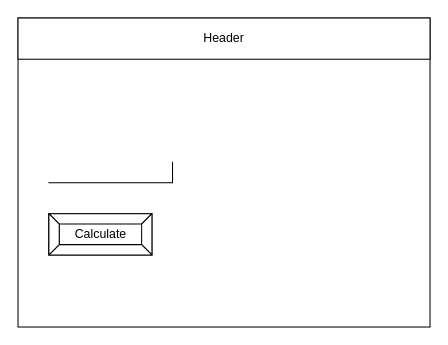
This is design/story-board.drawio from andre-deveau/ICS20-Assignment-4, a draw.io file, before an edit. Source tidied: cells renumbered, new cells numbered last; positions are measured from the earlier drawing's top-left corner, leaving out a move shared by most shapes. Both pictures are drawn from the tidied source at 103%, with x=0, y=0 at pixel (18, 18).
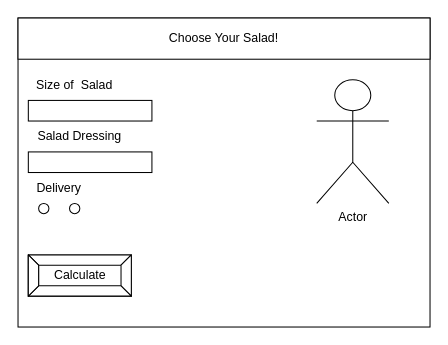
The same page after the edit.

Change to the diagram source:
```diff
@@
 <mxGraphModel>
   <root>
     <mxCell id="0" />
     <mxCell id="1" parent="0" />
     <mxCell id="2" style="rounded=0;whiteSpace=wrap;html=1;" parent="1" vertex="1">
       <mxGeometry width="400" height="300" as="geometry" />
     </mxCell>
-    <mxCell id="3" value="Header" style="rounded=0;whiteSpace=wrap;html=1;" parent="1" vertex="1">
+    <mxCell id="3" value="Choose Your Salad!" style="rounded=0;whiteSpace=wrap;html=1;" parent="1" vertex="1">
       <mxGeometry width="400" height="40" as="geometry" />
     </mxCell>
-    <mxCell id="4" style="shape=partialRectangle;whiteSpace=wrap;html=1;top=0;left=0;fillColor=none;" parent="1" vertex="1">
-      <mxGeometry x="30" y="140" width="120" height="20" as="geometry" />
-    </mxCell>
     <mxCell id="5" value="Calculate" style="labelPosition=center;verticalLabelPosition=middle;align=center;html=1;shape=mxgraph.basic.button;dx=10;" parent="1" vertex="1">
-      <mxGeometry x="30" y="190" width="100" height="40" as="geometry" />
+      <mxGeometry x="10" y="230" width="100" height="40" as="geometry" />
     </mxCell>
+    <mxCell id="6" style="rounded=0;whiteSpace=wrap;html=1;" parent="1" vertex="1">
+      <mxGeometry x="10" y="80" width="120" height="20" as="geometry" />
+    </mxCell>
+    <mxCell id="7" style="rounded=0;whiteSpace=wrap;html=1;" parent="1" vertex="1">
+      <mxGeometry x="10" y="130" width="120" height="20" as="geometry" />
+    </mxCell>
+    <mxCell id="8" value="Size of&amp;nbsp; Salad" style="text;html=1;strokeColor=none;fillColor=none;align=center;verticalAlign=middle;whiteSpace=wrap;rounded=0;" parent="1" vertex="1">
+      <mxGeometry x="10" y="50" width="90" height="30" as="geometry" />
+    </mxCell>
+    <mxCell id="9" value="Salad Dressing" style="text;html=1;strokeColor=none;fillColor=none;align=center;verticalAlign=middle;whiteSpace=wrap;rounded=0;" parent="1" vertex="1">
+      <mxGeometry x="10" y="100" width="100" height="30" as="geometry" />
+    </mxCell>
+    <mxCell id="10" value="Delivery" style="text;html=1;strokeColor=none;fillColor=none;align=center;verticalAlign=middle;whiteSpace=wrap;rounded=0;" parent="1" vertex="1">
+      <mxGeometry x="10" y="150" width="60" height="30" as="geometry" />
+    </mxCell>
+    <mxCell id="11" value="Actor" style="shape=umlActor;verticalLabelPosition=bottom;verticalAlign=top;html=1;" parent="1" vertex="1">
+      <mxGeometry x="290" y="60" width="70" height="120" as="geometry" />
+    </mxCell>
+    <mxCell id="12" style="ellipse;whiteSpace=wrap;html=1;" parent="1" vertex="1">
+      <mxGeometry x="20" y="180" width="10" height="10" as="geometry" />
+    </mxCell>
+    <mxCell id="13" style="ellipse;whiteSpace=wrap;html=1;" parent="1" vertex="1">
+      <mxGeometry x="50" y="180" width="10" height="10" as="geometry" />
+    </mxCell>
   </root>
 </mxGraphModel>
```
